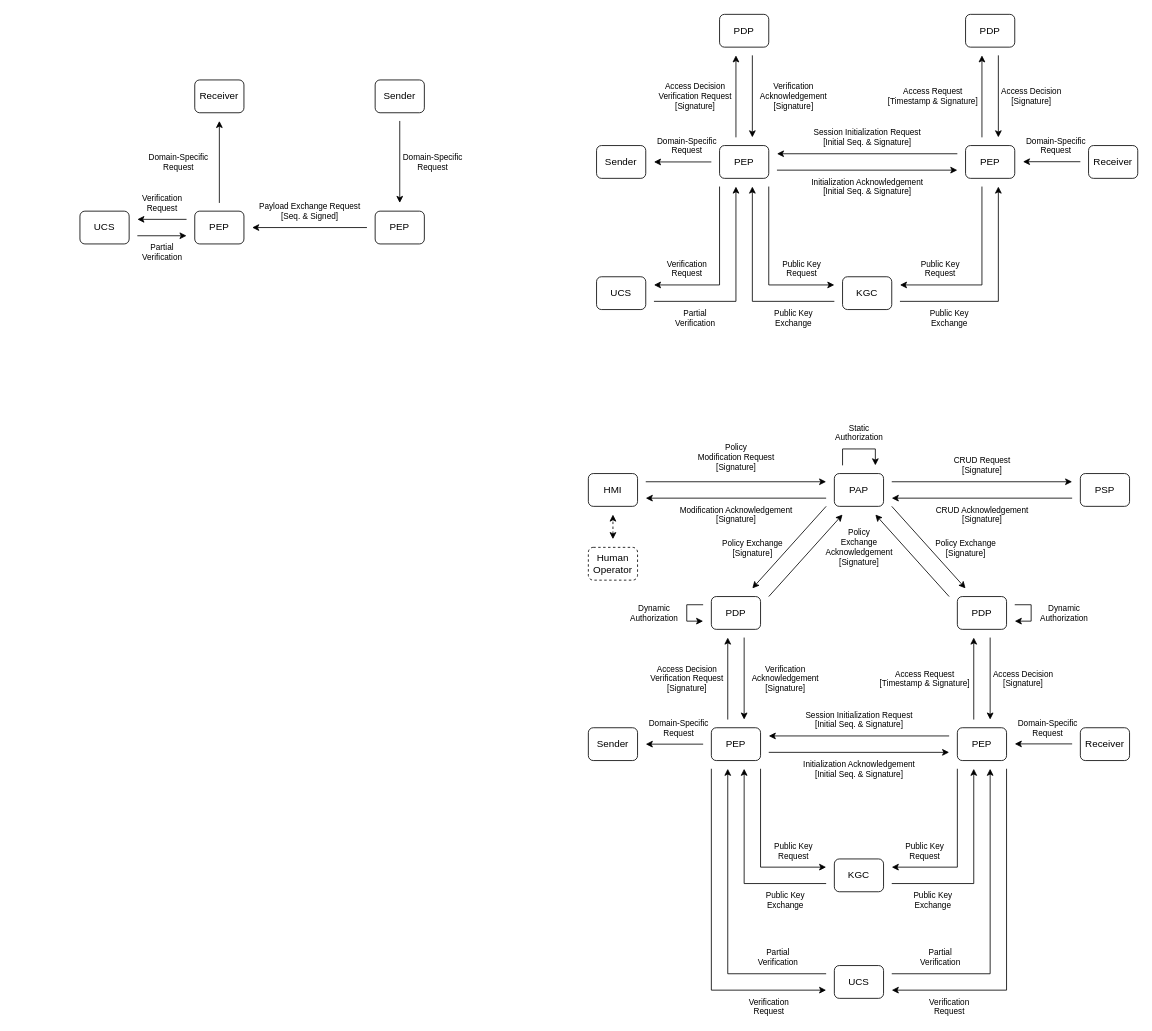
The draw.io diagram proposal/figures/SABAAC_protocols.drawio in gstuer/thesis-master, before the edit. Source tidied: cells renumbered, new cells numbered last; positions are measured from the earlier drawing's top-left corner, leaving out a move shared by most shapes. Both pictures are drawn from the tidied source at 82%, with x=0, y=0 at pixel (80, 14).
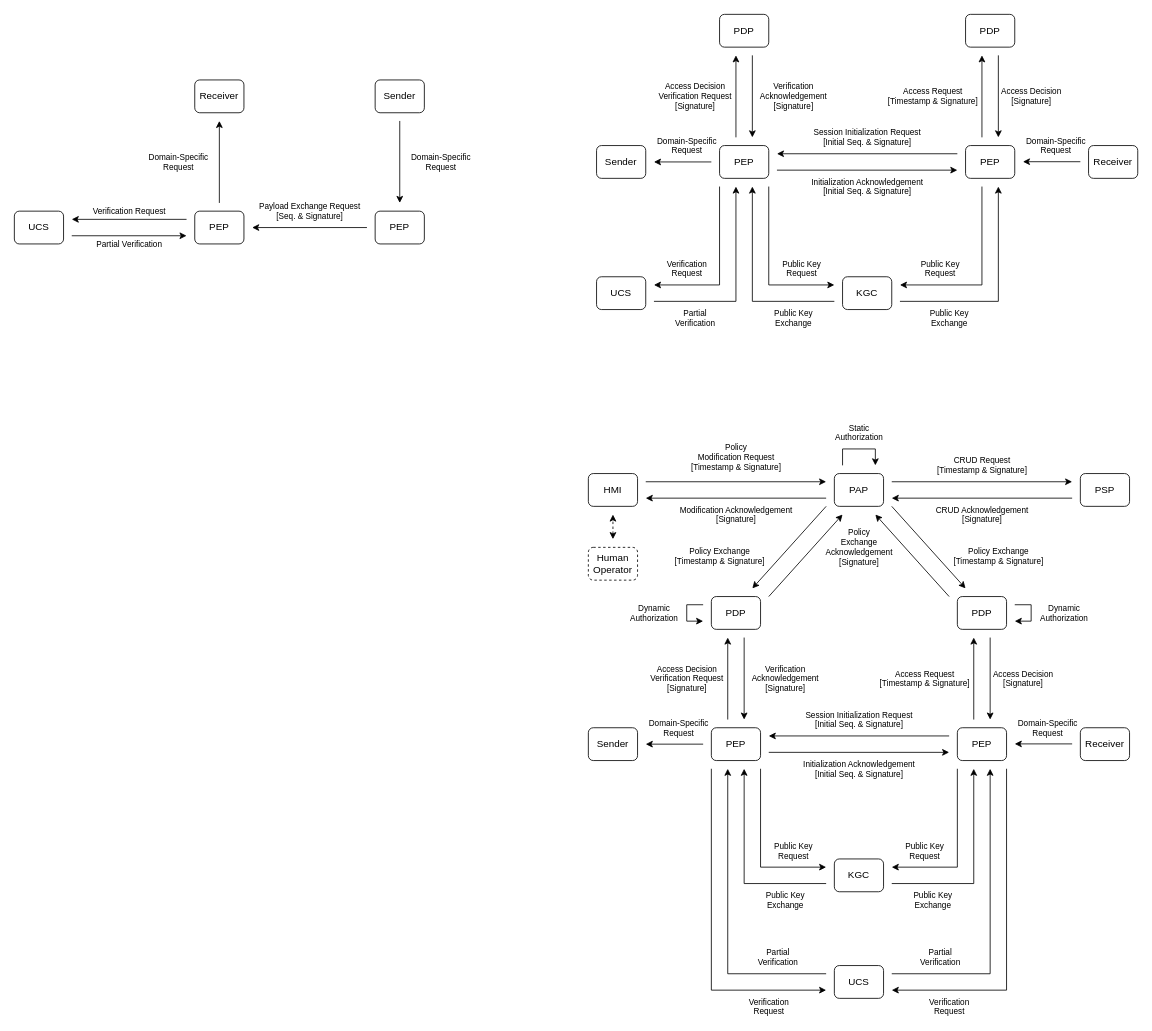
Above is the later version.

Commit message:
Fix missing timestamps in SABAAC protocol overview

What changed in the source:
```diff
@@
-    <mxCell id="4" value="Payload Exchange Request&lt;div style=&quot;font-size: 10px;&quot;&gt;[Seq. &amp;amp; Signed]&lt;/div&gt;" style="endArrow=classic;html=1;rounded=0;labelBackgroundColor=none;fontSize=10;" parent="1" edge="1">
+    <mxCell id="4" value="Payload Exchange Request&lt;div style=&quot;font-size: 10px;&quot;&gt;[Seq. &amp;amp; Signature]&lt;/div&gt;" style="endArrow=classic;html=1;rounded=0;labelBackgroundColor=none;fontSize=10;" parent="1" edge="1">
       <mxGeometry y="-20" relative="1" as="geometry">
         <mxPoint x="350" y="260" as="sourcePoint" />
         <mxPoint x="210" y="260" as="targetPoint" />
       </mxGeometry>
     </mxCell>
     <mxCell id="5" value="UCS" style="rounded=1;whiteSpace=wrap;html=1;fontSize=12;" parent="1" vertex="1">
-      <mxGeometry y="240" width="60" height="40" as="geometry" />
+      <mxGeometry x="-80" y="240" width="60" height="40" as="geometry" />
     </mxCell>
-    <mxCell id="6" value="Verification&lt;div style=&quot;font-size: 10px;&quot;&gt;Request&lt;/div&gt;" style="endArrow=classic;html=1;rounded=0;labelBackgroundColor=none;fontSize=10;" parent="1" edge="1">
-      <mxGeometry y="-20" relative="1" as="geometry">
+    <mxCell id="6" value="Verification&amp;nbsp;&lt;span style=&quot;background-color: initial;&quot;&gt;Request&lt;/span&gt;" style="endArrow=classic;html=1;rounded=0;labelBackgroundColor=none;fontSize=10;" parent="1" edge="1">
+      <mxGeometry y="-10" relative="1" as="geometry">
         <mxPoint x="130" y="250" as="sourcePoint" />
-        <mxPoint x="70" y="250" as="targetPoint" />
+        <mxPoint x="-10" y="250" as="targetPoint" />
       </mxGeometry>
     </mxCell>
-    <mxCell id="7" value="Partial&lt;div style=&quot;font-size: 10px;&quot;&gt;Verification&lt;/div&gt;" style="endArrow=classic;html=1;rounded=0;labelBackgroundColor=none;fontSize=10;" parent="1" edge="1">
-      <mxGeometry y="-20" relative="1" as="geometry">
-        <mxPoint x="70" y="270" as="sourcePoint" />
+    <mxCell id="7" value="Partial&amp;nbsp;&lt;span style=&quot;background-color: initial;&quot;&gt;Verification&lt;/span&gt;" style="endArrow=classic;html=1;rounded=0;labelBackgroundColor=none;fontSize=10;" parent="1" edge="1">
+      <mxGeometry y="-10" relative="1" as="geometry">
+        <mxPoint x="-10" y="270" as="sourcePoint" />
         <mxPoint x="130" y="270" as="targetPoint" />
       </mxGeometry>
     </mxCell>
@@
     <mxCell id="9" value="Domain-Specific&lt;div&gt;Request&lt;/div&gt;" style="endArrow=classic;html=1;rounded=0;labelBackgroundColor=none;fontSize=10;align=center;" parent="1" edge="1">
-      <mxGeometry y="40" relative="1" as="geometry">
+      <mxGeometry y="50" relative="1" as="geometry">
         <mxPoint x="390" y="130" as="sourcePoint" />
         <mxPoint x="390" y="230" as="targetPoint" />
       </mxGeometry>
     </mxCell>
@@
-    <mxCell id="63" value="Policy&lt;div&gt;Modification&amp;nbsp;&lt;span style=&quot;background-color: initial;&quot;&gt;Request&lt;/span&gt;&lt;div&gt;&lt;span style=&quot;background-color: initial;&quot;&gt;[Signature]&lt;/span&gt;&lt;/div&gt;&lt;/div&gt;" style="endArrow=classic;html=1;rounded=0;labelBackgroundColor=none;fontSize=10;" parent="1" edge="1">
+    <mxCell id="63" value="Policy&lt;div&gt;Modification&amp;nbsp;&lt;span style=&quot;background-color: initial;&quot;&gt;Request&lt;/span&gt;&lt;div&gt;&lt;span style=&quot;background-color: initial;&quot;&gt;[Timestamp &amp;amp; Signature]&lt;/span&gt;&lt;/div&gt;&lt;/div&gt;" style="endArrow=classic;html=1;rounded=0;labelBackgroundColor=none;fontSize=10;" parent="1" edge="1">
       <mxGeometry y="30" relative="1" as="geometry">
         <mxPoint x="690" y="570" as="sourcePoint" />
         <mxPoint x="910" y="570" as="targetPoint" />
       </mxGeometry>
     </mxCell>
-    <mxCell id="64" value="CRUD Request&lt;div&gt;[Signature]&lt;/div&gt;" style="endArrow=classic;html=1;rounded=0;labelBackgroundColor=none;fontSize=10;" parent="1" edge="1">
+    <mxCell id="64" value="CRUD Request&lt;div&gt;[Timestamp &amp;amp; Signature]&lt;/div&gt;" style="endArrow=classic;html=1;rounded=0;labelBackgroundColor=none;fontSize=10;" parent="1" edge="1">
       <mxGeometry y="20" relative="1" as="geometry">
         <mxPoint x="990" y="570" as="sourcePoint" />
         <mxPoint x="1210" y="570" as="targetPoint" />
       </mxGeometry>
     </mxCell>
@@
-    <mxCell id="69" value="Policy Exchange&lt;div&gt;[Signature]&lt;/div&gt;" style="endArrow=classic;html=1;rounded=0;labelBackgroundColor=none;fontSize=10;" parent="1" edge="1">
-      <mxGeometry x="0.45" y="-33" relative="1" as="geometry">
+    <mxCell id="69" value="Policy Exchange&lt;div&gt;[Timestamp &amp;amp; Signature]&lt;/div&gt;" style="endArrow=classic;html=1;rounded=0;labelBackgroundColor=none;fontSize=10;" parent="1" edge="1">
+      <mxGeometry x="0.96" y="-56" relative="1" as="geometry">
         <mxPoint x="910" y="600" as="sourcePoint" />
         <mxPoint x="820" y="700" as="targetPoint" />
       </mxGeometry>
     </mxCell>
@@
-    <mxCell id="72" value="Policy Exchange&lt;div&gt;[Signature]&lt;/div&gt;" style="endArrow=classic;html=1;rounded=0;labelBackgroundColor=none;fontSize=10;" parent="1" edge="1">
-      <mxGeometry x="0.45" y="33" relative="1" as="geometry">
+    <mxCell id="72" value="Policy Exchange&lt;div&gt;[Timestamp &amp;amp; Signature]&lt;/div&gt;" style="endArrow=classic;html=1;rounded=0;labelBackgroundColor=none;fontSize=10;" parent="1" edge="1">
+      <mxGeometry x="0.96" y="56" relative="1" as="geometry">
         <mxPoint x="990" y="600" as="sourcePoint" />
         <mxPoint x="1080" y="700" as="targetPoint" />
       </mxGeometry>
     </mxCell>
```
